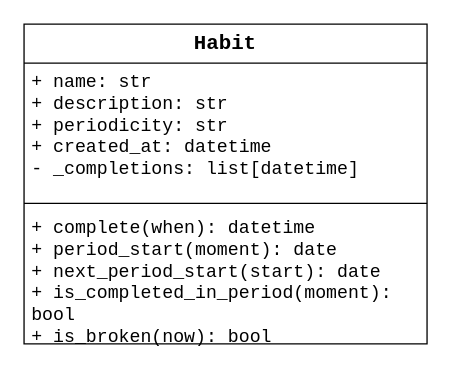
Before: OO & FP with Python - Figure 2 - Updated.drawio in Matasem-h/SimpleFlowcharts, a draw.io diagram. Source tidied: cells renumbered, new cells numbered last; positions are measured from the earlier drawing's top-left corner, leaving out a move shared by most shapes. Both pictures are drawn from the tidied source at 130%, with x=0, y=0 at pixel (23, 23).
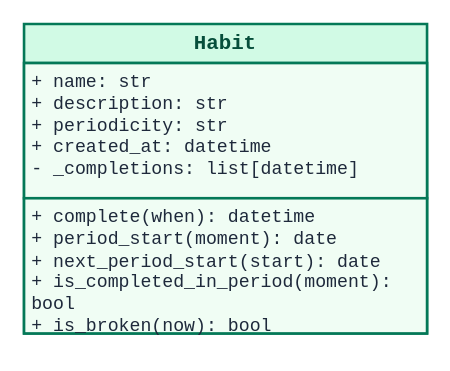
Above is the later version.

What changed in the source:
```diff
@@
 <mxGraphModel>
   <root>
     <mxCell id="0" />
     <mxCell id="1" parent="0" />
-    <mxCell id="2" value="&lt;div align=&quot;center&quot;&gt;&lt;font face=&quot;Consolas&quot; style=&quot;font-size: 16px;&quot;&gt;Habit&lt;/font&gt;&lt;/div&gt;" style="swimlane;fontStyle=1;align=center;verticalAlign=top;horizontal=1;startSize=30;whiteSpace=wrap;html=1;rounded=0;" parent="1" vertex="1">
-      <mxGeometry width="310" height="246" as="geometry" />
+    <mxCell id="2" value="&lt;div align=&quot;center&quot;&gt;&lt;font face=&quot;Consolas&quot; style=&quot;font-size: 16px;&quot;&gt;Habit&lt;/font&gt;&lt;/div&gt;" style="swimlane;fontStyle=1;align=center;verticalAlign=top;horizontal=1;startSize=30;whiteSpace=wrap;html=1;rounded=0;fillColor=#D1FAE5;strokeColor=#047857;strokeWidth=2;fontColor=#064E3B;" parent="1" vertex="1">
+      <mxGeometry width="310" height="238" as="geometry" />
     </mxCell>
-    <mxCell id="3" value="&lt;div&gt;&lt;font style=&quot;font-size: 14px;&quot; face=&quot;Consolas&quot;&gt;+ name: str&lt;/font&gt;&lt;/div&gt;&lt;div&gt;&lt;font style=&quot;font-size: 14px;&quot; face=&quot;Consolas&quot;&gt;+ description: str&lt;/font&gt;&lt;/div&gt;&lt;div&gt;&lt;font style=&quot;font-size: 14px;&quot; face=&quot;Consolas&quot;&gt;+ periodicity: str&lt;/font&gt;&lt;/div&gt;&lt;div&gt;&lt;font style=&quot;font-size: 14px;&quot; face=&quot;Consolas&quot;&gt;+ created_at: datetime&lt;/font&gt;&lt;/div&gt;&lt;div&gt;&lt;font style=&quot;font-size: 14px;&quot; face=&quot;Consolas&quot;&gt;- _completions: list[datetime]&lt;/font&gt;&lt;/div&gt;" style="text;strokeColor=none;fillColor=none;align=left;verticalAlign=top;spacingLeft=4;spacingRight=4;overflow=hidden;whiteSpace=wrap;html=1;rounded=0;" parent="2" vertex="1">
+    <mxCell id="3" value="&lt;div&gt;&lt;font style=&quot;font-size: 14px;&quot; face=&quot;Consolas&quot;&gt;+ name: str&lt;/font&gt;&lt;/div&gt;&lt;div&gt;&lt;font style=&quot;font-size: 14px;&quot; face=&quot;Consolas&quot;&gt;+ description: str&lt;/font&gt;&lt;/div&gt;&lt;div&gt;&lt;font style=&quot;font-size: 14px;&quot; face=&quot;Consolas&quot;&gt;+ periodicity: str&lt;/font&gt;&lt;/div&gt;&lt;div&gt;&lt;font style=&quot;font-size: 14px;&quot; face=&quot;Consolas&quot;&gt;+ created_at: datetime&lt;/font&gt;&lt;/div&gt;&lt;div&gt;&lt;font style=&quot;font-size: 14px;&quot; face=&quot;Consolas&quot;&gt;- _completions: list[datetime]&lt;/font&gt;&lt;/div&gt;" style="text;strokeColor=#047857;fillColor=#F0FDF4;align=left;verticalAlign=top;spacingLeft=4;spacingRight=4;overflow=hidden;whiteSpace=wrap;html=1;rounded=0;strokeWidth=2;fontColor=#1E293B;" parent="2" vertex="1">
       <mxGeometry y="30" width="310" height="104" as="geometry" />
     </mxCell>
-    <mxCell id="4" style="line;strokeWidth=1;fillColor=none;align=left;verticalAlign=middle;spacingTop=-1;spacingLeft=3;spacingRight=3;labelPosition=right;strokeColor=inherit;labelPerimeter=1;rounded=0;" parent="2" vertex="1">
-      <mxGeometry y="134" width="310" height="8" as="geometry" />
-    </mxCell>
-    <mxCell id="5" value="&lt;div&gt;&lt;font style=&quot;font-size: 14px;&quot; face=&quot;Consolas&quot;&gt;+ complete(when): datetime&lt;/font&gt;&lt;/div&gt;&lt;div&gt;&lt;font style=&quot;font-size: 14px;&quot; face=&quot;Consolas&quot;&gt;+ period_start(moment): date&lt;/font&gt;&lt;/div&gt;&lt;div&gt;&lt;font style=&quot;font-size: 14px;&quot; face=&quot;Consolas&quot;&gt;+ next_period_start(start): date&lt;/font&gt;&lt;/div&gt;&lt;div&gt;&lt;font style=&quot;font-size: 14px;&quot; face=&quot;Consolas&quot;&gt;+ is_completed_in_period(moment): bool&lt;/font&gt;&lt;/div&gt;&lt;div&gt;&lt;font style=&quot;font-size: 14px;&quot; face=&quot;Consolas&quot;&gt;+ is_broken(now): bool&lt;/font&gt;&lt;/div&gt;" style="text;strokeColor=none;fillColor=none;align=left;verticalAlign=top;spacingLeft=4;spacingRight=4;overflow=hidden;whiteSpace=wrap;html=1;rounded=0;" parent="2" vertex="1">
-      <mxGeometry y="142" width="310" height="104" as="geometry" />
+    <mxCell id="5" value="&lt;div&gt;&lt;font face=&quot;Consolas&quot; style=&quot;font-size: 14px;&quot;&gt;+ complete(when): datetime&lt;/font&gt;&lt;/div&gt;&lt;div&gt;&lt;font face=&quot;Consolas&quot; style=&quot;font-size: 14px;&quot;&gt;+ period_start(moment): date&lt;/font&gt;&lt;/div&gt;&lt;div&gt;&lt;font face=&quot;Consolas&quot; style=&quot;font-size: 14px;&quot;&gt;+ next_period_start(start): date&lt;/font&gt;&lt;/div&gt;&lt;div&gt;&lt;font face=&quot;Consolas&quot; style=&quot;font-size: 14px;&quot;&gt;+ is_completed_in_period(moment): bool&lt;/font&gt;&lt;/div&gt;&lt;div&gt;&lt;font face=&quot;Consolas&quot; style=&quot;font-size: 14px;&quot;&gt;+ is_broken(now): bool&lt;/font&gt;&lt;/div&gt;" style="text;strokeColor=#047857;fillColor=#F0FDF4;align=left;verticalAlign=top;spacingLeft=4;spacingRight=4;overflow=hidden;whiteSpace=wrap;html=1;rounded=0;strokeWidth=2;fontColor=#1E293B;" parent="2" vertex="1">
+      <mxGeometry y="134" width="310" height="104" as="geometry" />
     </mxCell>
   </root>
 </mxGraphModel>
```
